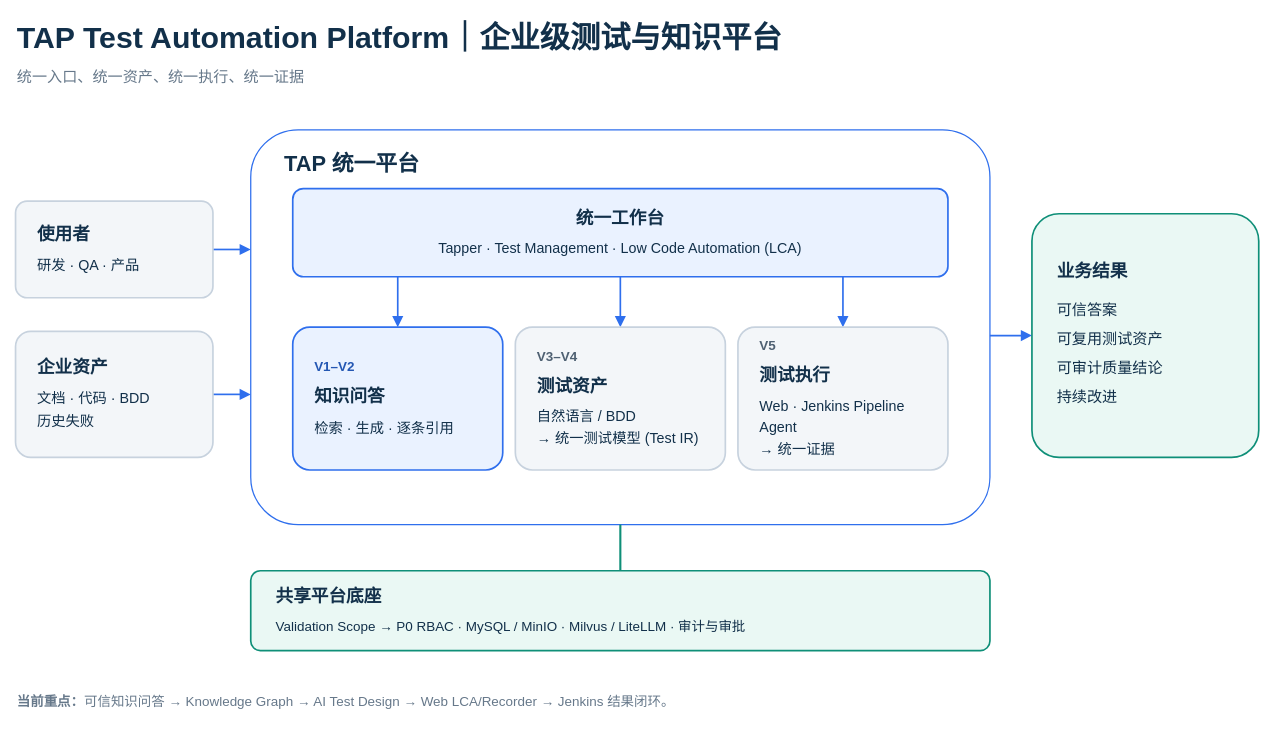
This is docs/architecture/2026-08-27-tap-platform-architecture.drawio from patrickstarpty/tap, a draw.io file, before an edit. Source tidied: cells renumbered, new cells numbered last; positions are measured from the earlier drawing's top-left corner, leaving out a move shared by most shapes. Both pictures are drawn from the tidied source at 84%, with x=0, y=0 at pixel (15, 14).
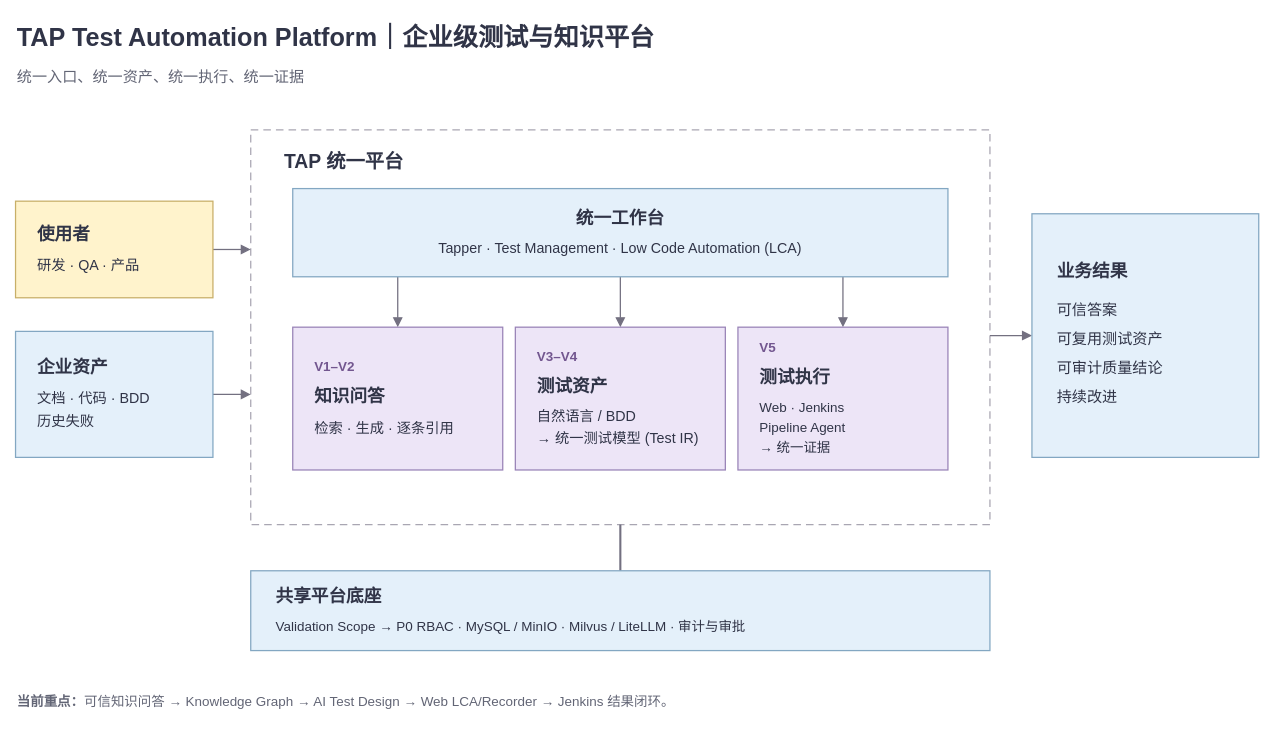
The same diagram, later.

The edit, as a diff of the source:
```diff
@@
-    <mxCell id="2" value="TAP Test Automation Platform｜企业级测试与知识平台" style="text;html=1;strokeColor=none;fillColor=none;align=left;verticalAlign=middle;whiteSpace=wrap;rounded=0;fontFamily=Arial;fontSize=36;fontStyle=1;fontColor=#12304A;" parent="1" vertex="1">
+    <mxCell id="2" value="TAP Test Automation Platform｜企业级测试与知识平台" style="text;html=1;strokeColor=none;fillColor=none;align=left;verticalAlign=middle;whiteSpace=wrap;rounded=0;fontFamily=Arial;fontSize=30;fontStyle=1;fontColor=#303447;" parent="1" vertex="1">
       <mxGeometry width="1480" height="54" as="geometry" />
     </mxCell>
-    <mxCell id="3" value="统一入口、统一资产、统一执行、统一证据" style="text;html=1;strokeColor=none;fillColor=none;align=left;verticalAlign=middle;whiteSpace=wrap;rounded=0;fontFamily=Arial;fontSize=18;fontColor=#66788A;" parent="1" vertex="1">
+    <mxCell id="3" value="统一入口、统一资产、统一执行、统一证据" style="text;html=1;strokeColor=none;fillColor=none;align=left;verticalAlign=middle;whiteSpace=wrap;rounded=0;fontFamily=Arial;fontSize=18;fontColor=#626575;" parent="1" vertex="1">
       <mxGeometry y="59" width="900" height="32" as="geometry" />
     </mxCell>
-    <mxCell id="4" value="&lt;b&gt;TAP 统一平台&lt;/b&gt;" style="rounded=1;arcSize=12;whiteSpace=wrap;html=1;fillColor=#FFFFFF;strokeColor=#2F6FED;strokeWidth=1.5;fontColor=#12304A;fontFamily=Arial;fontSize=26;align=left;verticalAlign=top;spacingTop=18;spacingLeft=38;spacingRight=20;" parent="1" vertex="1">
+    <mxCell id="4" value="&lt;b&gt;TAP 统一平台&lt;/b&gt;" style="dashed=1;dashPattern=6 4;rounded=0;arcSize=12;whiteSpace=wrap;html=1;fillColor=#FFFFFF;strokeColor=#A9A6B2;strokeWidth=1.5;fontColor=#303447;fontFamily=Arial;fontSize=23;align=left;verticalAlign=top;spacingTop=18;spacingLeft=38;spacingRight=20;" parent="1" vertex="1">
       <mxGeometry x="280" y="137" width="880" height="470" as="geometry" />
     </mxCell>
-    <mxCell id="5" style="edgeStyle=orthogonalEdgeStyle;rounded=0;html=1;strokeColor=#2F6FED;strokeWidth=2;endArrow=block;endFill=1;endSize=8;" parent="1" edge="1">
+    <mxCell id="5" style="edgeStyle=orthogonalEdgeStyle;rounded=0;html=1;strokeColor=#737080;strokeWidth=1.5;endArrow=block;endFill=1;endSize=8;" parent="1" edge="1">
       <mxGeometry relative="1" as="geometry">
         <mxPoint x="235" y="279.5" as="sourcePoint" />
         <mxPoint x="280" y="279.5" as="targetPoint" />
       </mxGeometry>
     </mxCell>
-    <mxCell id="6" style="edgeStyle=orthogonalEdgeStyle;rounded=0;html=1;strokeColor=#2F6FED;strokeWidth=2;endArrow=block;endFill=1;endSize=8;" parent="1" edge="1">
+    <mxCell id="6" style="edgeStyle=orthogonalEdgeStyle;rounded=0;html=1;strokeColor=#737080;strokeWidth=1.5;endArrow=block;endFill=1;endSize=8;" parent="1" edge="1">
       <mxGeometry relative="1" as="geometry">
         <mxPoint x="235" y="452" as="sourcePoint" />
         <mxPoint x="280" y="452" as="targetPoint" />
       </mxGeometry>
     </mxCell>
-    <mxCell id="7" style="edgeStyle=orthogonalEdgeStyle;rounded=0;html=1;strokeColor=#2F6FED;strokeWidth=2;endArrow=block;endFill=1;endSize=8;" parent="1" edge="1">
+    <mxCell id="7" style="edgeStyle=orthogonalEdgeStyle;rounded=0;html=1;strokeColor=#737080;strokeWidth=1.5;endArrow=block;endFill=1;endSize=8;" parent="1" edge="1">
       <mxGeometry relative="1" as="geometry">
         <mxPoint x="1160" y="382" as="sourcePoint" />
         <mxPoint x="1210" y="382" as="targetPoint" />
       </mxGeometry>
     </mxCell>
-    <mxCell id="8" style="edgeStyle=orthogonalEdgeStyle;rounded=0;html=1;strokeColor=#2F6FED;strokeWidth=2;endArrow=block;endFill=1;endSize=8;" parent="1" edge="1">
+    <mxCell id="8" style="edgeStyle=orthogonalEdgeStyle;rounded=0;html=1;strokeColor=#737080;strokeWidth=1.5;endArrow=block;endFill=1;endSize=8;" parent="1" edge="1">
       <mxGeometry relative="1" as="geometry">
         <mxPoint x="455" y="312" as="sourcePoint" />
         <mxPoint x="455" y="372" as="targetPoint" />
       </mxGeometry>
     </mxCell>
-    <mxCell id="9" style="edgeStyle=orthogonalEdgeStyle;rounded=0;html=1;strokeColor=#2F6FED;strokeWidth=2;endArrow=block;endFill=1;endSize=8;" parent="1" edge="1">
+    <mxCell id="9" style="edgeStyle=orthogonalEdgeStyle;rounded=0;html=1;strokeColor=#737080;strokeWidth=1.5;endArrow=block;endFill=1;endSize=8;" parent="1" edge="1">
       <mxGeometry relative="1" as="geometry">
         <mxPoint x="720" y="312" as="sourcePoint" />
         <mxPoint x="720" y="372" as="targetPoint" />
       </mxGeometry>
     </mxCell>
-    <mxCell id="10" style="edgeStyle=orthogonalEdgeStyle;rounded=0;html=1;strokeColor=#2F6FED;strokeWidth=2;endArrow=block;endFill=1;endSize=8;" parent="1" edge="1">
+    <mxCell id="10" style="edgeStyle=orthogonalEdgeStyle;rounded=0;html=1;strokeColor=#737080;strokeWidth=1.5;endArrow=block;endFill=1;endSize=8;" parent="1" edge="1">
       <mxGeometry relative="1" as="geometry">
         <mxPoint x="985" y="312" as="sourcePoint" />
         <mxPoint x="985" y="372" as="targetPoint" />
       </mxGeometry>
     </mxCell>
-    <mxCell id="11" style="edgeStyle=orthogonalEdgeStyle;rounded=0;html=1;strokeColor=#0F8F78;strokeWidth=2.5;startArrow=none;endArrow=none;" parent="1" edge="1">
+    <mxCell id="11" style="edgeStyle=orthogonalEdgeStyle;rounded=0;html=1;strokeColor=#737080;strokeWidth=2.5;startArrow=none;endArrow=none;" parent="1" edge="1">
       <mxGeometry relative="1" as="geometry">
         <mxPoint x="720" y="607" as="sourcePoint" />
         <mxPoint x="720" y="662" as="targetPoint" />
       </mxGeometry>
     </mxCell>
-    <mxCell id="12" value="&lt;div style=&quot;font-size:21px;line-height:1.25;&quot;&gt;&lt;b&gt;使用者&lt;/b&gt;&lt;/div&gt;&lt;div style=&quot;font-size:17px;line-height:1.5;margin-top:12px;&quot;&gt;研发 · QA · 产品&lt;/div&gt;" style="rounded=1;arcSize=12;whiteSpace=wrap;html=1;fillColor=#F3F6F9;strokeColor=#C7D2DE;strokeWidth=2;fontColor=#12304A;fontFamily=Arial;fontSize=17;align=left;verticalAlign=middle;spacingLeft=24;spacingRight=20;" parent="1" vertex="1">
+    <mxCell id="12" value="&lt;div style=&quot;font-size:21px;line-height:1.25;&quot;&gt;&lt;b&gt;使用者&lt;/b&gt;&lt;/div&gt;&lt;div style=&quot;font-size:17px;line-height:1.5;margin-top:12px;&quot;&gt;研发 · QA · 产品&lt;/div&gt;" style="rounded=0;arcSize=12;whiteSpace=wrap;html=1;fillColor=#FFF3CC;strokeColor=#C8AF68;strokeWidth=1.5;fontColor=#303447;fontFamily=Arial;fontSize=17;align=left;verticalAlign=middle;spacingLeft=24;spacingRight=20;" parent="1" vertex="1">
       <mxGeometry y="222" width="235" height="115" as="geometry" />
     </mxCell>
-    <mxCell id="13" value="&lt;div style=&quot;font-size:21px;line-height:1.25;&quot;&gt;&lt;b&gt;企业资产&lt;/b&gt;&lt;/div&gt;&lt;div style=&quot;font-size:17px;line-height:1.55;margin-top:12px;&quot;&gt;文档 · 代码 · BDD&lt;br&gt;历史失败&lt;/div&gt;" style="rounded=1;arcSize=12;whiteSpace=wrap;html=1;fillColor=#F3F6F9;strokeColor=#C7D2DE;strokeWidth=2;fontColor=#12304A;fontFamily=Arial;fontSize=17;align=left;verticalAlign=middle;spacingLeft=24;spacingRight=20;" parent="1" vertex="1">
+    <mxCell id="13" value="&lt;div style=&quot;font-size:21px;line-height:1.25;&quot;&gt;&lt;b&gt;企业资产&lt;/b&gt;&lt;/div&gt;&lt;div style=&quot;font-size:17px;line-height:1.55;margin-top:12px;&quot;&gt;文档 · 代码 · BDD&lt;br&gt;历史失败&lt;/div&gt;" style="rounded=0;arcSize=12;whiteSpace=wrap;html=1;fillColor=#E4F0FA;strokeColor=#83A7C2;strokeWidth=1.5;fontColor=#303447;fontFamily=Arial;fontSize=17;align=left;verticalAlign=middle;spacingLeft=24;spacingRight=20;" parent="1" vertex="1">
       <mxGeometry y="377" width="235" height="150" as="geometry" />
     </mxCell>
-    <mxCell id="14" value="&lt;div style=&quot;font-size:21px;line-height:1.25;&quot;&gt;&lt;b&gt;统一工作台&lt;/b&gt;&lt;/div&gt;&lt;div style=&quot;font-size:17px;line-height:1.5;margin-top:10px;&quot;&gt;Tapper · Test Management · Low Code Automation (LCA)&lt;/div&gt;" style="rounded=1;arcSize=12;whiteSpace=wrap;html=1;fillColor=#EAF2FF;strokeColor=#2F6FED;strokeWidth=2;fontColor=#12304A;fontFamily=Arial;fontSize=17;align=center;verticalAlign=middle;spacingLeft=24;spacingRight=24;" parent="1" vertex="1">
+    <mxCell id="14" value="&lt;div style=&quot;font-size:21px;line-height:1.25;&quot;&gt;&lt;b&gt;统一工作台&lt;/b&gt;&lt;/div&gt;&lt;div style=&quot;font-size:17px;line-height:1.5;margin-top:10px;&quot;&gt;Tapper · Test Management · Low Code Automation (LCA)&lt;/div&gt;" style="rounded=0;arcSize=12;whiteSpace=wrap;html=1;fillColor=#E4F0FA;strokeColor=#83A7C2;strokeWidth=1.5;fontColor=#303447;fontFamily=Arial;fontSize=17;align=center;verticalAlign=middle;spacingLeft=24;spacingRight=24;" parent="1" vertex="1">
       <mxGeometry x="330" y="207" width="780" height="105" as="geometry" />
     </mxCell>
-    <mxCell id="15" value="&lt;div style=&quot;font-size:16px;line-height:1.2;color:#2457B3;&quot;&gt;&lt;b&gt;V1–V2&lt;/b&gt;&lt;/div&gt;&lt;div style=&quot;font-size:21px;line-height:1.3;margin-top:12px;&quot;&gt;&lt;b&gt;知识问答&lt;/b&gt;&lt;/div&gt;&lt;div style=&quot;font-size:17px;line-height:1.5;margin-top:12px;&quot;&gt;检索 · 生成 · 逐条引用&lt;/div&gt;" style="rounded=1;arcSize=12;whiteSpace=wrap;html=1;fillColor=#EAF2FF;strokeColor=#2F6FED;strokeWidth=2;fontColor=#12304A;fontFamily=Arial;fontSize=17;align=left;verticalAlign=middle;spacingLeft=24;spacingRight=18;" parent="1" vertex="1">
+    <mxCell id="15" value="&lt;div style=&quot;font-size:16px;line-height:1.2;color:#72568F;&quot;&gt;&lt;b&gt;V1–V2&lt;/b&gt;&lt;/div&gt;&lt;div style=&quot;font-size:21px;line-height:1.3;margin-top:12px;&quot;&gt;&lt;b&gt;知识问答&lt;/b&gt;&lt;/div&gt;&lt;div style=&quot;font-size:17px;line-height:1.5;margin-top:12px;&quot;&gt;检索 · 生成 · 逐条引用&lt;/div&gt;" style="rounded=0;arcSize=12;whiteSpace=wrap;html=1;fillColor=#EDE5F7;strokeColor=#9983B7;strokeWidth=1.5;fontColor=#303447;fontFamily=Arial;fontSize=17;align=left;verticalAlign=middle;spacingLeft=24;spacingRight=18;" parent="1" vertex="1">
       <mxGeometry x="330" y="372" width="250" height="170" as="geometry" />
     </mxCell>
-    <mxCell id="16" value="&lt;div style=&quot;font-size:16px;line-height:1.2;color:#4E6072;&quot;&gt;&lt;b&gt;V3–V4&lt;/b&gt;&lt;/div&gt;&lt;div style=&quot;font-size:21px;line-height:1.3;margin-top:12px;&quot;&gt;&lt;b&gt;测试资产&lt;/b&gt;&lt;/div&gt;&lt;div style=&quot;font-size:17px;line-height:1.5;margin-top:10px;&quot;&gt;自然语言 / BDD&lt;br&gt;→ 统一测试模型 (Test IR)&lt;/div&gt;" style="rounded=1;arcSize=12;whiteSpace=wrap;html=1;fillColor=#F3F6F9;strokeColor=#C7D2DE;strokeWidth=2;fontColor=#12304A;fontFamily=Arial;fontSize=17;align=left;verticalAlign=middle;spacingLeft=24;spacingRight=18;" parent="1" vertex="1">
+    <mxCell id="16" value="&lt;div style=&quot;font-size:16px;line-height:1.2;color:#72568F;&quot;&gt;&lt;b&gt;V3–V4&lt;/b&gt;&lt;/div&gt;&lt;div style=&quot;font-size:21px;line-height:1.3;margin-top:12px;&quot;&gt;&lt;b&gt;测试资产&lt;/b&gt;&lt;/div&gt;&lt;div style=&quot;font-size:17px;line-height:1.5;margin-top:10px;&quot;&gt;自然语言 / BDD&lt;br&gt;→ 统一测试模型 (Test IR)&lt;/div&gt;" style="rounded=0;arcSize=12;whiteSpace=wrap;html=1;fillColor=#EDE5F7;strokeColor=#9983B7;strokeWidth=1.5;fontColor=#303447;fontFamily=Arial;fontSize=17;align=left;verticalAlign=middle;spacingLeft=24;spacingRight=18;" parent="1" vertex="1">
       <mxGeometry x="595" y="372" width="250" height="170" as="geometry" />
     </mxCell>
-    <mxCell id="17" value="&lt;div style=&quot;font-size:16px;line-height:1.2;color:#4E6072;&quot;&gt;&lt;b&gt;V5&lt;/b&gt;&lt;/div&gt;&lt;div style=&quot;font-size:21px;line-height:1.3;margin-top:12px;&quot;&gt;&lt;b&gt;测试执行&lt;/b&gt;&lt;/div&gt;&lt;div style=&quot;font-size:17px;line-height:1.5;margin-top:10px;&quot;&gt;Web · Jenkins Pipeline Agent&lt;br&gt;→ 统一证据&lt;/div&gt;" style="rounded=1;arcSize=12;whiteSpace=wrap;html=1;fillColor=#F3F6F9;strokeColor=#C7D2DE;strokeWidth=2;fontColor=#12304A;fontFamily=Arial;fontSize=17;align=left;verticalAlign=middle;spacingLeft=24;spacingRight=18;" parent="1" vertex="1">
+    <mxCell id="17" value="&lt;div style=&quot;font-size:16px;line-height:1.2;color:#72568F;&quot;&gt;&lt;b&gt;V5&lt;/b&gt;&lt;/div&gt;&lt;div style=&quot;font-size:21px;line-height:1.3;margin-top:12px;&quot;&gt;&lt;b&gt;测试执行&lt;/b&gt;&lt;/div&gt;&lt;div style=&quot;font-size:16px;line-height:1.5;margin-top:10px;&quot;&gt;Web · Jenkins&lt;br&gt;Pipeline Agent&lt;br&gt;→ 统一证据&lt;/div&gt;" style="rounded=0;arcSize=12;whiteSpace=wrap;html=1;fillColor=#EDE5F7;strokeColor=#9983B7;strokeWidth=1.5;fontColor=#303447;fontFamily=Arial;fontSize=17;align=left;verticalAlign=middle;spacingLeft=24;spacingRight=18;" parent="1" vertex="1">
       <mxGeometry x="860" y="372" width="250" height="170" as="geometry" />
     </mxCell>
-    <mxCell id="18" value="&lt;div style=&quot;font-size:21px;line-height:1.25;&quot;&gt;&lt;b&gt;业务结果&lt;/b&gt;&lt;/div&gt;&lt;div style=&quot;font-size:18px;line-height:1.9;margin-top:16px;&quot;&gt;可信答案&lt;br&gt;可复用测试资产&lt;br&gt;可审计质量结论&lt;br&gt;持续改进&lt;/div&gt;" style="rounded=1;arcSize=12;whiteSpace=wrap;html=1;fillColor=#EAF8F4;strokeColor=#0F8F78;strokeWidth=2;fontColor=#12304A;fontFamily=Arial;fontSize=18;align=left;verticalAlign=middle;spacingLeft=28;spacingRight=22;" parent="1" vertex="1">
+    <mxCell id="18" value="&lt;div style=&quot;font-size:21px;line-height:1.25;&quot;&gt;&lt;b&gt;业务结果&lt;/b&gt;&lt;/div&gt;&lt;div style=&quot;font-size:18px;line-height:1.9;margin-top:16px;&quot;&gt;可信答案&lt;br&gt;可复用测试资产&lt;br&gt;可审计质量结论&lt;br&gt;持续改进&lt;/div&gt;" style="rounded=0;arcSize=12;whiteSpace=wrap;html=1;fillColor=#E4F0FA;strokeColor=#83A7C2;strokeWidth=1.5;fontColor=#303447;fontFamily=Arial;fontSize=18;align=left;verticalAlign=middle;spacingLeft=28;spacingRight=22;" parent="1" vertex="1">
       <mxGeometry x="1210" y="237" width="270" height="290" as="geometry" />
     </mxCell>
-    <mxCell id="19" value="&lt;div style=&quot;font-size:21px;line-height:1.25;&quot;&gt;&lt;b&gt;共享平台底座&lt;/b&gt;&lt;/div&gt;&lt;div style=&quot;font-size:16px;line-height:1.5;margin-top:10px;&quot;&gt;Validation Scope → P0 RBAC · MySQL / MinIO · Milvus / LiteLLM · 审计与审批&lt;/div&gt;" style="rounded=1;arcSize=12;whiteSpace=wrap;html=1;fillColor=#EAF8F4;strokeColor=#0F8F78;strokeWidth=2;fontColor=#12304A;fontFamily=Arial;fontSize=16;align=left;verticalAlign=middle;spacingLeft=28;spacingRight=24;" parent="1" vertex="1">
+    <mxCell id="19" value="&lt;div style=&quot;font-size:21px;line-height:1.25;&quot;&gt;&lt;b&gt;共享平台底座&lt;/b&gt;&lt;/div&gt;&lt;div style=&quot;font-size:16px;line-height:1.5;margin-top:10px;&quot;&gt;Validation Scope → P0 RBAC · MySQL / MinIO · Milvus / LiteLLM · 审计与审批&lt;/div&gt;" style="rounded=0;arcSize=12;whiteSpace=wrap;html=1;fillColor=#E4F0FA;strokeColor=#83A7C2;strokeWidth=1.5;fontColor=#303447;fontFamily=Arial;fontSize=16;align=left;verticalAlign=middle;spacingLeft=28;spacingRight=24;" parent="1" vertex="1">
       <mxGeometry x="280" y="662" width="880" height="95" as="geometry" />
     </mxCell>
-    <mxCell id="20" value="&lt;b&gt;当前重点：&lt;/b&gt;可信知识问答 → Knowledge Graph → AI Test Design → Web LCA/Recorder → Jenkins 结果闭环。" style="text;html=1;strokeColor=none;fillColor=none;align=left;verticalAlign=middle;whiteSpace=wrap;rounded=0;fontFamily=Arial;fontSize=16;fontColor=#66788A;" parent="1" vertex="1">
+    <mxCell id="20" value="&lt;b&gt;当前重点：&lt;/b&gt;可信知识问答 → Knowledge Graph → AI Test Design → Web LCA/Recorder → Jenkins 结果闭环。" style="text;html=1;strokeColor=none;fillColor=none;align=left;verticalAlign=middle;whiteSpace=wrap;rounded=0;fontFamily=Arial;fontSize=16;fontColor=#626575;" parent="1" vertex="1">
       <mxGeometry y="796" width="1480" height="42" as="geometry" />
     </mxCell>
```
